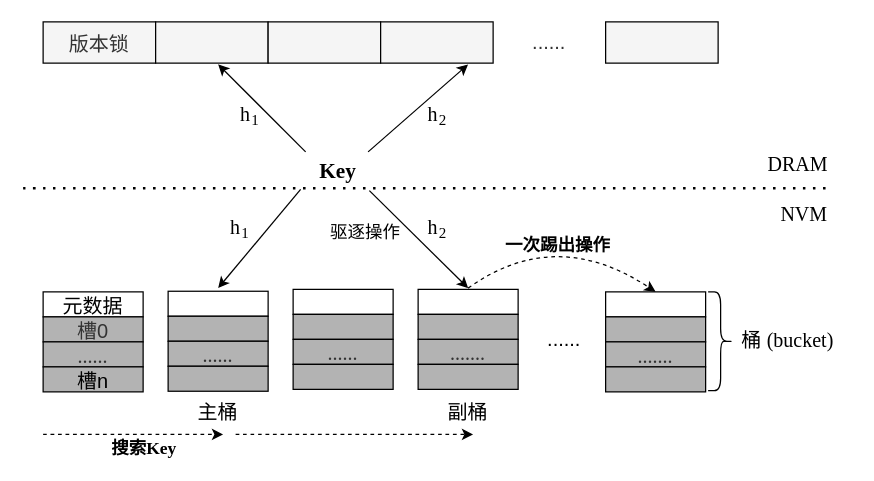
This is page "整体结构2" (22 of 22) of 毕业论文.drawio from HustDsy/Picture, a draw.io file, before an edit. Source tidied: cells renumbered, new cells numbered last; positions are measured from the earlier drawing's top-left corner, leaving out a move shared by most shapes. Both pictures are drawn from the tidied source at 125%, with x=0, y=0 at pixel (22, 21).
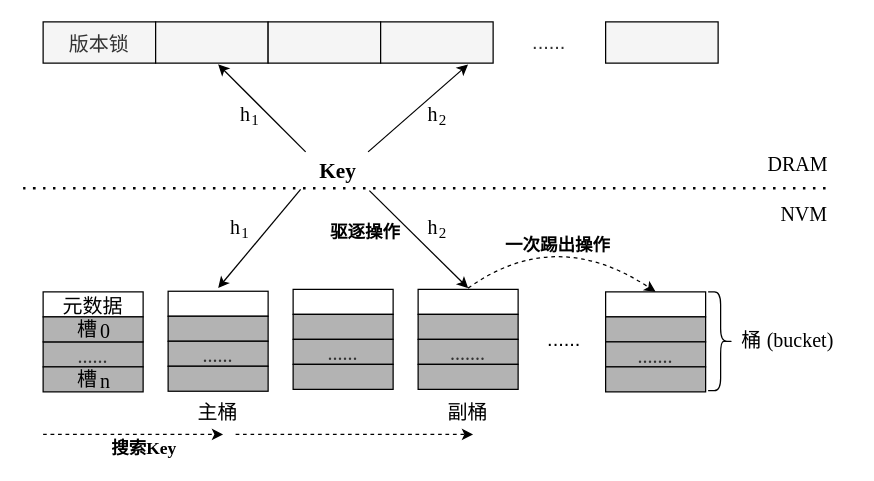
Above is the later version.

What changed in the source:
```diff
@@
-    <mxCell id="7" value="槽0" style="rounded=0;fillColor=#B3B3B3;fontColor=#333333;strokeColor=#000000;fontSize=16;fontFamily=简宋;" parent="1" vertex="1">
-      <mxGeometry x="16" y="236" width="80" height="20" as="geometry" />
-    </mxCell>
@@
-    <mxCell id="9" value="槽n" style="rounded=0;strokeColor=#000000;fillColor=#B3B3B3;fontSize=16;fontFamily=简宋;" parent="1" vertex="1">
+    <mxCell id="9" style="rounded=0;strokeColor=#000000;fillColor=#B3B3B3;fontSize=16;fontFamily=Times New Roman;" parent="1" vertex="1">
       <mxGeometry x="16" y="276" width="80" height="20" as="geometry" />
     </mxCell>
@@
-    <mxCell id="40" value="驱逐操作" style="text;align=center;verticalAlign=middle;strokeColor=none;fillColor=none;fontSize=14;fontFamily=简宋;" parent="1" vertex="1">
+    <mxCell id="40" value="驱逐操作" style="text;align=center;verticalAlign=middle;strokeColor=none;fillColor=none;fontSize=14;fontFamily=简宋;fontStyle=1;" parent="1" vertex="1">
       <mxGeometry x="239" y="157" width="70" height="20" as="geometry" />
     </mxCell>
@@
+    <mxCell id="57" value="槽" style="text;html=1;align=center;verticalAlign=middle;strokeColor=none;fillColor=none;fontFamily=简宋;fontSize=16;" parent="1" vertex="1">
+      <mxGeometry x="36" y="276" width="30" height="20" as="geometry" />
+    </mxCell>
+    <mxCell id="58" value="n" style="text;align=center;verticalAlign=middle;strokeColor=none;fillColor=none;fontFamily=Times New Roman;fontSize=16;" parent="1" vertex="1">
+      <mxGeometry x="56" y="276" width="20" height="20" as="geometry" />
+    </mxCell>
+    <mxCell id="59" style="rounded=0;strokeColor=#000000;fillColor=#B3B3B3;fontSize=16;fontFamily=Times New Roman;" parent="1" vertex="1">
+      <mxGeometry x="16" y="236" width="80" height="20" as="geometry" />
+    </mxCell>
+    <mxCell id="60" value="槽" style="text;html=1;align=center;verticalAlign=middle;strokeColor=none;fillColor=none;fontFamily=简宋;fontSize=16;" parent="1" vertex="1">
+      <mxGeometry x="36" y="236" width="30" height="20" as="geometry" />
+    </mxCell>
+    <mxCell id="61" value="0" style="text;align=center;verticalAlign=middle;strokeColor=none;fillColor=none;fontFamily=Times New Roman;fontSize=16;" parent="1" vertex="1">
+      <mxGeometry x="56" y="236" width="20" height="20" as="geometry" />
+    </mxCell>
```
